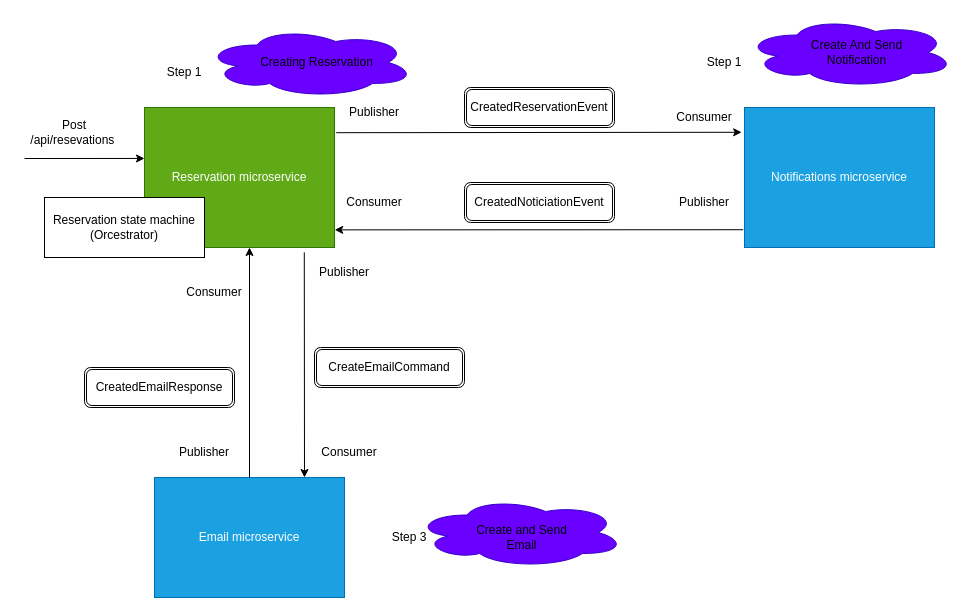
Before: documentation/saga.drawio in Trip-booking-organisation/LodgeSpotGo, a draw.io diagram. Source tidied: cells renumbered, new cells numbered last; positions are measured from the earlier drawing's top-left corner, leaving out a move shared by most shapes. Both pictures are drawn from the tidied source at 100%, with x=0, y=0 at pixel (24, 17).
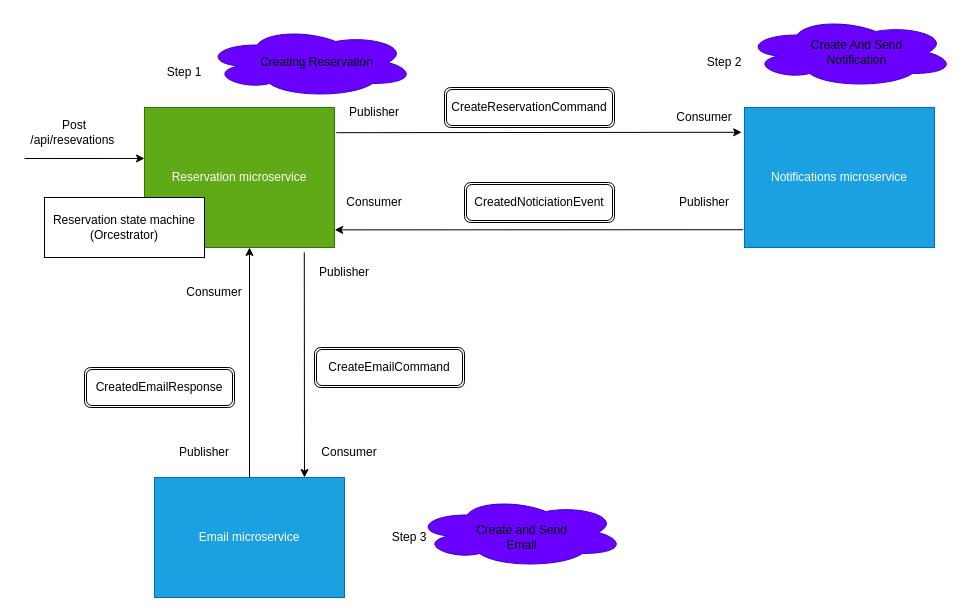
The same diagram, later.

Change to the diagram source:
```diff
@@
-    <mxCell id="10" value="CreatedReservationEvent" style="shape=ext;double=1;rounded=1;whiteSpace=wrap;html=1;" parent="1" vertex="1">
-      <mxGeometry x="440" y="70" width="150" height="40" as="geometry" />
+    <mxCell id="10" value="CreateReservationCommand" style="shape=ext;double=1;rounded=1;whiteSpace=wrap;html=1;" parent="1" vertex="1">
+      <mxGeometry x="420" y="70" width="170" height="40" as="geometry" />
     </mxCell>
@@
-    <mxCell id="24" value="Step 1" style="text;html=1;strokeColor=none;fillColor=none;align=center;verticalAlign=middle;whiteSpace=wrap;rounded=0;" parent="1" vertex="1">
+    <mxCell id="24" value="Step 2" style="text;html=1;strokeColor=none;fillColor=none;align=center;verticalAlign=middle;whiteSpace=wrap;rounded=0;" parent="1" vertex="1">
       <mxGeometry x="670" y="30" width="60" height="30" as="geometry" />
     </mxCell>
```
